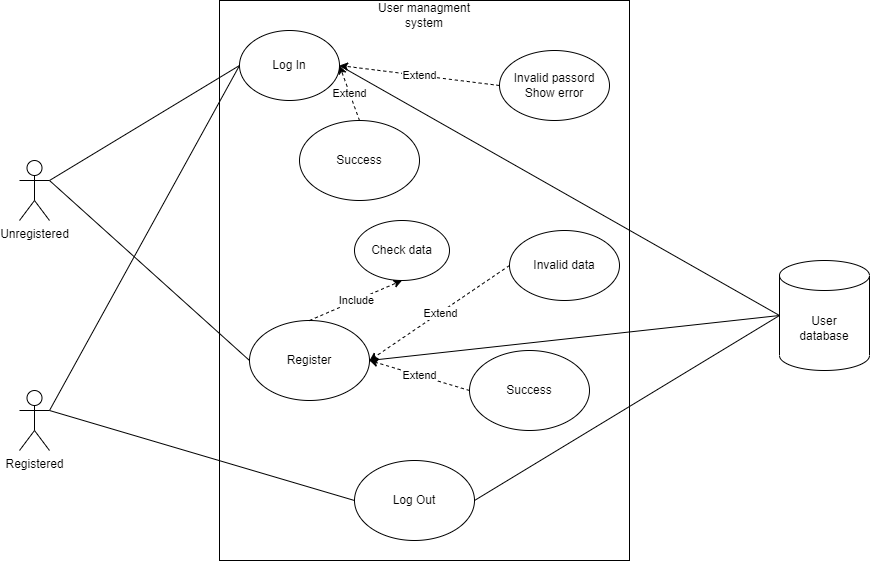
The draw.io diagram use_cases/user_managment_use case.png in Qiselong/SE-RASTA, before a commit. Source tidied: cells renumbered, new cells last; positions are measured from the earlier drawing's top-left corner, leaving out a move shared by most shapes. The source it was exported from:
```xml
<mxGraphModel>
  <root>
    <mxCell id="0" />
    <mxCell id="1" parent="0" />
    <mxCell id="2" style="rounded=0;whiteSpace=wrap;html=1;" parent="1" vertex="1">
      <mxGeometry x="200" width="410" height="560" as="geometry" />
    </mxCell>
    <mxCell id="3" value="User managment system" style="text;html=1;strokeColor=none;fillColor=none;align=center;verticalAlign=middle;whiteSpace=wrap;rounded=0;" parent="1" vertex="1">
      <mxGeometry x="350" width="110" height="30" as="geometry" />
    </mxCell>
    <mxCell id="4" value="Unregistered" style="shape=umlActor;verticalLabelPosition=bottom;verticalAlign=top;html=1;outlineConnect=0;" parent="1" vertex="1">
      <mxGeometry y="160" width="30" height="60" as="geometry" />
    </mxCell>
    <mxCell id="5" value="Registered" style="shape=umlActor;verticalLabelPosition=bottom;verticalAlign=top;html=1;outlineConnect=0;" parent="1" vertex="1">
      <mxGeometry y="390" width="30" height="60" as="geometry" />
    </mxCell>
    <mxCell id="6" value="Log In" style="ellipse;whiteSpace=wrap;html=1;" parent="1" vertex="1">
      <mxGeometry x="220" y="30" width="100" height="70" as="geometry" />
    </mxCell>
    <mxCell id="7" style="endArrow=none;html=1;rounded=0;exitX=1;exitY=0.3333333333333333;exitDx=0;exitDy=0;exitPerimeter=0;entryX=0;entryY=0.5;entryDx=0;entryDy=0;" parent="1" edge="1" source="4" target="6">
      <mxGeometry relative="1" as="geometry" />
    </mxCell>
    <mxCell id="8" value="Invalid passord&lt;br&gt;Show error" style="ellipse;whiteSpace=wrap;html=1;" parent="1" vertex="1">
      <mxGeometry x="480" y="50" width="110" height="70" as="geometry" />
    </mxCell>
    <mxCell id="9" style="endArrow=classic;html=1;rounded=0;entryX=1;entryY=0.5;entryDx=0;entryDy=0;exitX=0;exitY=0.5;exitDx=0;exitDy=0;dashed=1;" parent="1" edge="1" source="8" target="6">
      <mxGeometry relative="1" as="geometry" />
    </mxCell>
    <mxCell id="10" value="Extend" style="edgeLabel;html=1;align=center;verticalAlign=middle;" parent="9" vertex="1">
      <mxGeometry relative="1" as="geometry" />
    </mxCell>
    <mxCell id="11" value="Log Out" style="ellipse;whiteSpace=wrap;html=1;" parent="1" vertex="1">
      <mxGeometry x="335" y="460" width="120" height="80" as="geometry" />
    </mxCell>
    <mxCell id="12" style="endArrow=none;html=1;rounded=0;exitX=1;exitY=0.3333333333333333;exitDx=0;exitDy=0;exitPerimeter=0;entryX=0;entryY=0.5;entryDx=0;entryDy=0;" parent="1" edge="1" source="5" target="11">
      <mxGeometry relative="1" as="geometry" />
    </mxCell>
    <mxCell id="13" value="User&lt;br&gt;database" style="shape=cylinder3;whiteSpace=wrap;html=1;boundedLbl=1;backgroundOutline=1;size=15;" parent="1" vertex="1">
      <mxGeometry x="760" y="260" width="90" height="110" as="geometry" />
    </mxCell>
    <mxCell id="14" style="endArrow=none;html=1;rounded=0;exitX=1;exitY=0.5;exitDx=0;exitDy=0;entryX=0;entryY=0.5;entryDx=0;entryDy=0;entryPerimeter=0;" parent="1" edge="1" source="6" target="13">
      <mxGeometry relative="1" as="geometry" />
    </mxCell>
    <mxCell id="15" value="Success" style="ellipse;whiteSpace=wrap;html=1;" parent="1" vertex="1">
      <mxGeometry x="280" y="120" width="120" height="80" as="geometry" />
    </mxCell>
    <mxCell id="16" style="endArrow=classic;html=1;rounded=0;exitX=0.5;exitY=0;exitDx=0;exitDy=0;dashed=1;entryX=1;entryY=0.5;entryDx=0;entryDy=0;" parent="1" edge="1" source="15" target="6">
      <mxGeometry relative="1" as="geometry" />
    </mxCell>
    <mxCell id="17" value="Extend" style="edgeLabel;html=1;align=center;verticalAlign=middle;" parent="16" vertex="1">
      <mxGeometry relative="1" as="geometry" />
    </mxCell>
    <mxCell id="18" style="endArrow=none;html=1;rounded=0;exitX=1;exitY=0.5;exitDx=0;exitDy=0;entryX=0;entryY=0.5;entryDx=0;entryDy=0;entryPerimeter=0;" parent="1" edge="1" source="11" target="13">
      <mxGeometry relative="1" as="geometry" />
    </mxCell>
    <mxCell id="19" value="Register" style="ellipse;whiteSpace=wrap;html=1;" parent="1" vertex="1">
      <mxGeometry x="230" y="320" width="120" height="80" as="geometry" />
    </mxCell>
    <mxCell id="20" value="Success" style="ellipse;whiteSpace=wrap;html=1;" parent="1" vertex="1">
      <mxGeometry x="450" y="350" width="120" height="80" as="geometry" />
    </mxCell>
    <mxCell id="21" style="endArrow=classic;html=1;rounded=0;exitX=0;exitY=0.5;exitDx=0;exitDy=0;dashed=1;entryX=1;entryY=0.5;entryDx=0;entryDy=0;" parent="1" edge="1" source="20" target="19">
      <mxGeometry relative="1" as="geometry" />
    </mxCell>
    <mxCell id="22" value="Extend" style="edgeLabel;html=1;align=center;verticalAlign=middle;" parent="21" vertex="1">
      <mxGeometry relative="1" as="geometry" />
    </mxCell>
    <mxCell id="23" style="endArrow=none;html=1;rounded=0;entryX=0;entryY=0.5;entryDx=0;entryDy=0;exitX=1;exitY=0.3333333333333333;exitDx=0;exitDy=0;exitPerimeter=0;" parent="1" edge="1" source="4" target="19">
      <mxGeometry relative="1" as="geometry" />
    </mxCell>
    <mxCell id="24" value="Invalid data" style="ellipse;whiteSpace=wrap;html=1;" parent="1" vertex="1">
      <mxGeometry x="490" y="230" width="110" height="70" as="geometry" />
    </mxCell>
    <mxCell id="25" style="endArrow=classic;html=1;rounded=0;entryX=1;entryY=0.5;entryDx=0;entryDy=0;exitX=0;exitY=0.5;exitDx=0;exitDy=0;dashed=1;" parent="1" edge="1" source="24" target="19">
      <mxGeometry relative="1" as="geometry" />
    </mxCell>
    <mxCell id="26" value="Extend" style="edgeLabel;html=1;align=center;verticalAlign=middle;" parent="25" vertex="1">
      <mxGeometry relative="1" as="geometry" />
    </mxCell>
    <mxCell id="27" style="endArrow=none;html=1;rounded=0;entryX=0;entryY=0.5;entryDx=0;entryDy=0;entryPerimeter=0;exitX=1;exitY=0.5;exitDx=0;exitDy=0;" parent="1" edge="1" source="19" target="13">
      <mxGeometry relative="1" as="geometry" />
    </mxCell>
    <mxCell id="28" value="Check data" style="ellipse;whiteSpace=wrap;html=1;" parent="1" vertex="1">
      <mxGeometry x="335" y="220" width="95" height="60" as="geometry" />
    </mxCell>
    <mxCell id="29" style="endArrow=classic;html=1;rounded=0;entryX=0.5;entryY=1;entryDx=0;entryDy=0;exitX=0.5;exitY=0;exitDx=0;exitDy=0;dashed=1;" parent="1" edge="1" source="19" target="28">
      <mxGeometry relative="1" as="geometry" />
    </mxCell>
    <mxCell id="30" value="Include" style="edgeLabel;html=1;align=center;verticalAlign=middle;" parent="29" vertex="1">
      <mxGeometry relative="1" as="geometry" />
    </mxCell>
    <mxCell id="31" style="endArrow=none;html=1;rounded=0;exitX=1;exitY=0.3333333333333333;exitDx=0;exitDy=0;exitPerimeter=0;entryX=0;entryY=0.5;entryDx=0;entryDy=0;" parent="1" edge="1" source="5" target="6">
      <mxGeometry relative="1" as="geometry" />
    </mxCell>
  </root>
</mxGraphModel>
```
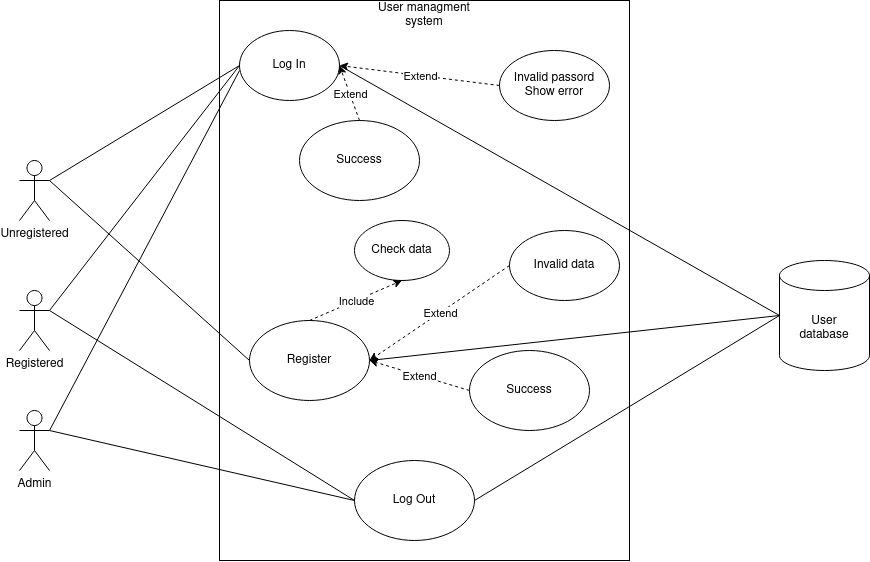
After the commit.

Change to the diagram source:
```diff
@@ -12,7 +12,7 @@
       <mxGeometry y="160" width="30" height="60" as="geometry" />
     </mxCell>
     <mxCell id="5" value="Registered" style="shape=umlActor;verticalLabelPosition=bottom;verticalAlign=top;html=1;outlineConnect=0;" parent="1" vertex="1">
-      <mxGeometry y="390" width="30" height="60" as="geometry" />
+      <mxGeometry y="290" width="30" height="60" as="geometry" />
     </mxCell>
     <mxCell id="6" value="Log In" style="ellipse;whiteSpace=wrap;html=1;" parent="1" vertex="1">
       <mxGeometry x="220" y="30" width="100" height="70" as="geometry" />
@@ -92,5 +92,18 @@
     <mxCell id="31" style="endArrow=none;html=1;rounded=0;exitX=1;exitY=0.3333333333333333;exitDx=0;exitDy=0;exitPerimeter=0;entryX=0;entryY=0.5;entryDx=0;entryDy=0;" parent="1" edge="1" source="5" target="6">
       <mxGeometry relative="1" as="geometry" />
     </mxCell>
+    <mxCell id="32" value="Admin" style="shape=umlActor;verticalLabelPosition=bottom;verticalAlign=top;html=1;outlineConnect=0;" parent="1" vertex="1">
+      <mxGeometry y="410" width="30" height="60" as="geometry" />
+    </mxCell>
+    <mxCell id="33" style="endArrow=none;html=1;rounded=0;exitX=1;exitY=0.3333333333333333;exitDx=0;exitDy=0;exitPerimeter=0;" parent="1" edge="1" source="32">
+      <mxGeometry relative="1" as="geometry">
+        <mxPoint x="220" y="70" as="targetPoint" />
+      </mxGeometry>
+    </mxCell>
+    <mxCell id="34" style="endArrow=none;html=1;rounded=0;entryX=0;entryY=0.5;entryDx=0;entryDy=0;" parent="1" edge="1" target="11">
+      <mxGeometry relative="1" as="geometry">
+        <mxPoint x="30" y="430" as="sourcePoint" />
+      </mxGeometry>
+    </mxCell>
   </root>
 </mxGraphModel>
```
